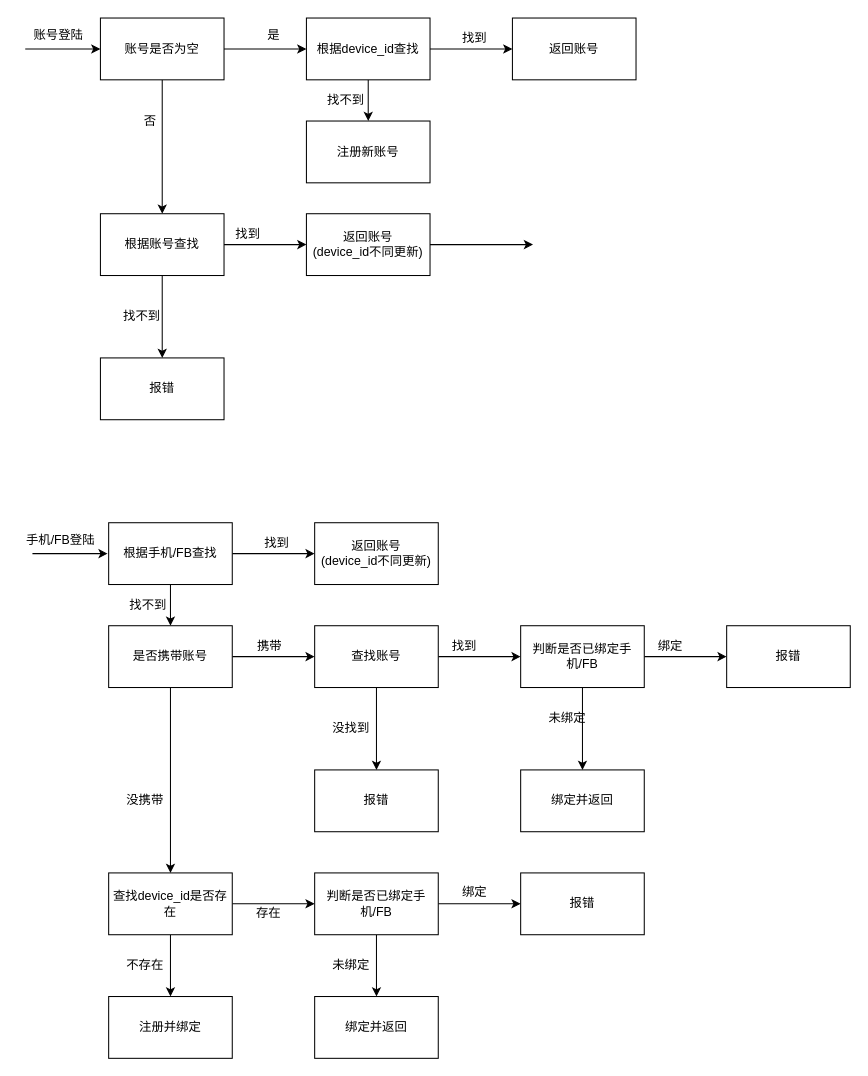
swduan/szw keeps this draw.io diagram as 2021.drawio. Above is the earlier version. Source tidied: cells renumbered, new cells numbered last; positions are measured from the earlier drawing's top-left corner, leaving out a move shared by most shapes. Both pictures are drawn from the tidied source at 103%, with x=0, y=0 at pixel (21, 18).
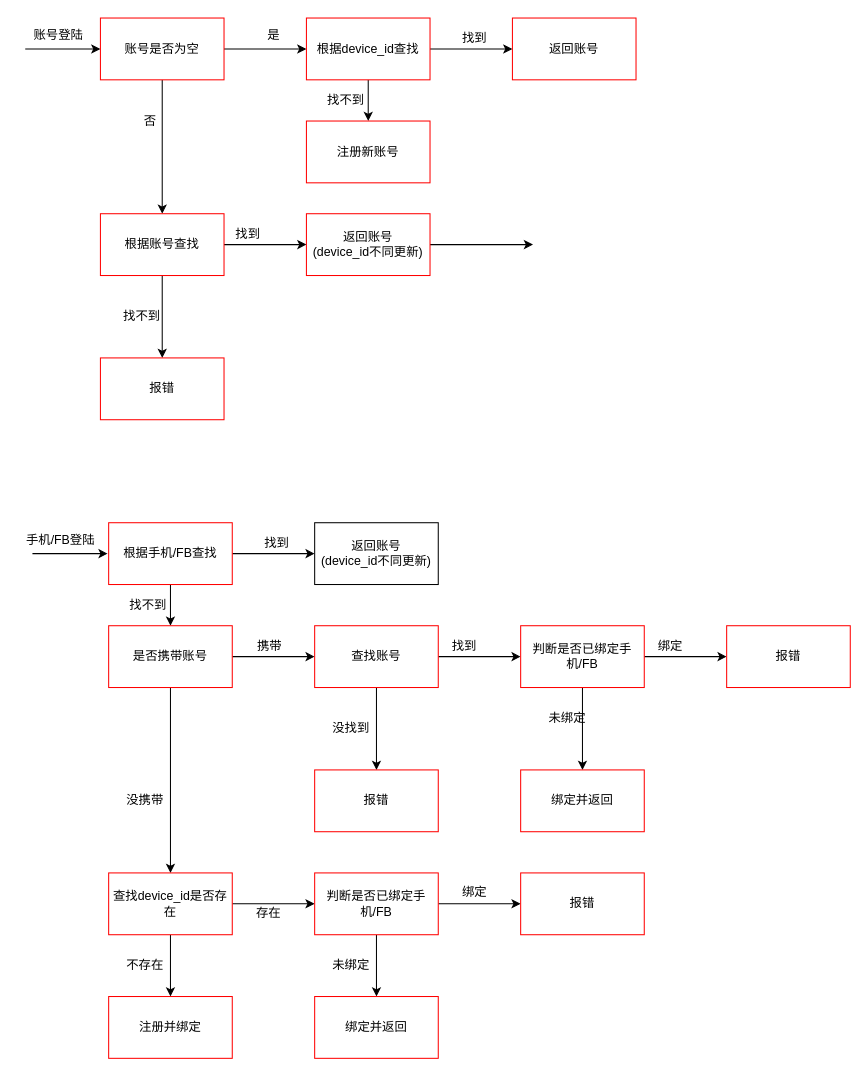
Above is the later version.

The edit, as a diff of the source:
```diff
@@
-    <mxCell id="5" value="账号是否为空" style="rounded=0;whiteSpace=wrap;html=1;" parent="1" vertex="1">
+    <mxCell id="5" value="账号是否为空" style="rounded=0;whiteSpace=wrap;html=1;strokeColor=#FF0000;" parent="1" vertex="1">
       <mxGeometry x="77" width="120" height="60" as="geometry" />
     </mxCell>
@@
-    <mxCell id="9" value="根据device_id查找" style="whiteSpace=wrap;html=1;rounded=0;" parent="1" vertex="1">
+    <mxCell id="9" value="根据device_id查找" style="whiteSpace=wrap;html=1;rounded=0;strokeColor=#FF0000;" parent="1" vertex="1">
       <mxGeometry x="277" width="120" height="60" as="geometry" />
     </mxCell>
@@
-    <mxCell id="14" value="根据账号查找" style="whiteSpace=wrap;html=1;rounded=0;" parent="1" vertex="1">
+    <mxCell id="14" value="根据账号查找" style="whiteSpace=wrap;html=1;rounded=0;strokeColor=#FF0000;" parent="1" vertex="1">
       <mxGeometry x="77" y="190" width="120" height="60" as="geometry" />
     </mxCell>
-    <mxCell id="15" value="返回账号" style="whiteSpace=wrap;html=1;rounded=0;" parent="1" vertex="1">
+    <mxCell id="15" value="返回账号" style="whiteSpace=wrap;html=1;rounded=0;strokeColor=#FF0000;" parent="1" vertex="1">
       <mxGeometry x="477" width="120" height="60" as="geometry" />
     </mxCell>
@@
-    <mxCell id="17" value="注册新账号" style="whiteSpace=wrap;html=1;rounded=0;" parent="1" vertex="1">
+    <mxCell id="17" value="注册新账号" style="whiteSpace=wrap;html=1;rounded=0;strokeColor=#FF0000;" parent="1" vertex="1">
       <mxGeometry x="277" y="100" width="120" height="60" as="geometry" />
     </mxCell>
@@
-    <mxCell id="20" value="返回账号&lt;br&gt;(device_id不同更新)" style="whiteSpace=wrap;html=1;rounded=0;" parent="1" vertex="1">
+    <mxCell id="20" value="返回账号&lt;br&gt;(device_id不同更新)" style="whiteSpace=wrap;html=1;rounded=0;strokeColor=#FF0000;" parent="1" vertex="1">
       <mxGeometry x="277" y="190" width="120" height="60" as="geometry" />
     </mxCell>
@@
-    <mxCell id="22" value="报错" style="whiteSpace=wrap;html=1;rounded=0;" parent="1" vertex="1">
+    <mxCell id="22" value="报错" style="whiteSpace=wrap;html=1;rounded=0;strokeColor=#FF0000;" parent="1" vertex="1">
       <mxGeometry x="77" y="330" width="120" height="60" as="geometry" />
     </mxCell>
@@
-    <mxCell id="28" value="根据手机/FB查找" style="whiteSpace=wrap;html=1;rounded=0;" parent="1" vertex="1">
+    <mxCell id="28" value="根据手机/FB查找" style="whiteSpace=wrap;html=1;rounded=0;strokeColor=#FF0000;" parent="1" vertex="1">
       <mxGeometry x="85" y="490" width="120" height="60" as="geometry" />
     </mxCell>
@@
-    <mxCell id="33" value="是否携带账号" style="whiteSpace=wrap;html=1;rounded=0;" parent="1" vertex="1">
+    <mxCell id="33" value="是否携带账号" style="whiteSpace=wrap;html=1;rounded=0;strokeColor=#FF0000;" parent="1" vertex="1">
       <mxGeometry x="85" y="590" width="120" height="60" as="geometry" />
     </mxCell>
@@
-    <mxCell id="37" value="&lt;span&gt;查找device_id是否存在&lt;/span&gt;" style="whiteSpace=wrap;html=1;rounded=0;" parent="1" vertex="1">
+    <mxCell id="37" value="&lt;span&gt;查找device_id是否存在&lt;/span&gt;" style="whiteSpace=wrap;html=1;rounded=0;strokeColor=#FF0000;" parent="1" vertex="1">
       <mxGeometry x="85" y="830" width="120" height="60" as="geometry" />
     </mxCell>
@@
-    <mxCell id="41" value="查找账号" style="whiteSpace=wrap;html=1;rounded=0;" parent="1" vertex="1">
+    <mxCell id="41" value="查找账号" style="whiteSpace=wrap;html=1;rounded=0;strokeColor=#FF0000;" parent="1" vertex="1">
       <mxGeometry x="285" y="590" width="120" height="60" as="geometry" />
     </mxCell>
@@
-    <mxCell id="45" value="判断是否已绑定手机/FB" style="whiteSpace=wrap;html=1;rounded=0;" parent="1" vertex="1">
+    <mxCell id="45" value="判断是否已绑定手机/FB" style="whiteSpace=wrap;html=1;rounded=0;strokeColor=#FF0000;" parent="1" vertex="1">
       <mxGeometry x="485" y="590" width="120" height="60" as="geometry" />
     </mxCell>
@@
-    <mxCell id="47" value="报错" style="whiteSpace=wrap;html=1;rounded=0;" parent="1" vertex="1">
+    <mxCell id="47" value="报错" style="whiteSpace=wrap;html=1;rounded=0;strokeColor=#FF0000;" parent="1" vertex="1">
       <mxGeometry x="285" y="730" width="120" height="60" as="geometry" />
     </mxCell>
@@
-    <mxCell id="50" value="注册并绑定" style="whiteSpace=wrap;html=1;rounded=0;" parent="1" vertex="1">
+    <mxCell id="50" value="注册并绑定" style="whiteSpace=wrap;html=1;rounded=0;strokeColor=#FF0000;" parent="1" vertex="1">
       <mxGeometry x="85" y="950" width="120" height="60" as="geometry" />
     </mxCell>
@@
-    <mxCell id="52" value="报错" style="whiteSpace=wrap;html=1;rounded=0;" parent="1" vertex="1">
+    <mxCell id="52" value="报错" style="whiteSpace=wrap;html=1;rounded=0;strokeColor=#FF0000;" parent="1" vertex="1">
       <mxGeometry x="685" y="590" width="120" height="60" as="geometry" />
     </mxCell>
@@
-    <mxCell id="54" value="&lt;span&gt;绑定并返回&lt;/span&gt;" style="whiteSpace=wrap;html=1;rounded=0;" parent="1" vertex="1">
+    <mxCell id="54" value="&lt;span&gt;绑定并返回&lt;/span&gt;" style="whiteSpace=wrap;html=1;rounded=0;strokeColor=#FF0000;" parent="1" vertex="1">
       <mxGeometry x="485" y="730" width="120" height="60" as="geometry" />
     </mxCell>
@@
-    <mxCell id="58" value="判断是否已绑定手机/FB" style="whiteSpace=wrap;html=1;rounded=0;" parent="1" vertex="1">
+    <mxCell id="58" value="判断是否已绑定手机/FB" style="whiteSpace=wrap;html=1;rounded=0;strokeColor=#FF0000;" parent="1" vertex="1">
       <mxGeometry x="285" y="830" width="120" height="60" as="geometry" />
     </mxCell>
-    <mxCell id="59" value="报错" style="whiteSpace=wrap;html=1;rounded=0;" parent="1" vertex="1">
+    <mxCell id="59" value="报错" style="whiteSpace=wrap;html=1;rounded=0;strokeColor=#FF0000;" parent="1" vertex="1">
       <mxGeometry x="485" y="830" width="120" height="60" as="geometry" />
     </mxCell>
@@
-    <mxCell id="61" value="&lt;span&gt;绑定并返回&lt;/span&gt;" style="whiteSpace=wrap;html=1;rounded=0;" parent="1" vertex="1">
+    <mxCell id="61" value="&lt;span&gt;绑定并返回&lt;/span&gt;" style="whiteSpace=wrap;html=1;rounded=0;strokeColor=#FF0000;" parent="1" vertex="1">
       <mxGeometry x="285" y="950" width="120" height="60" as="geometry" />
     </mxCell>
```
